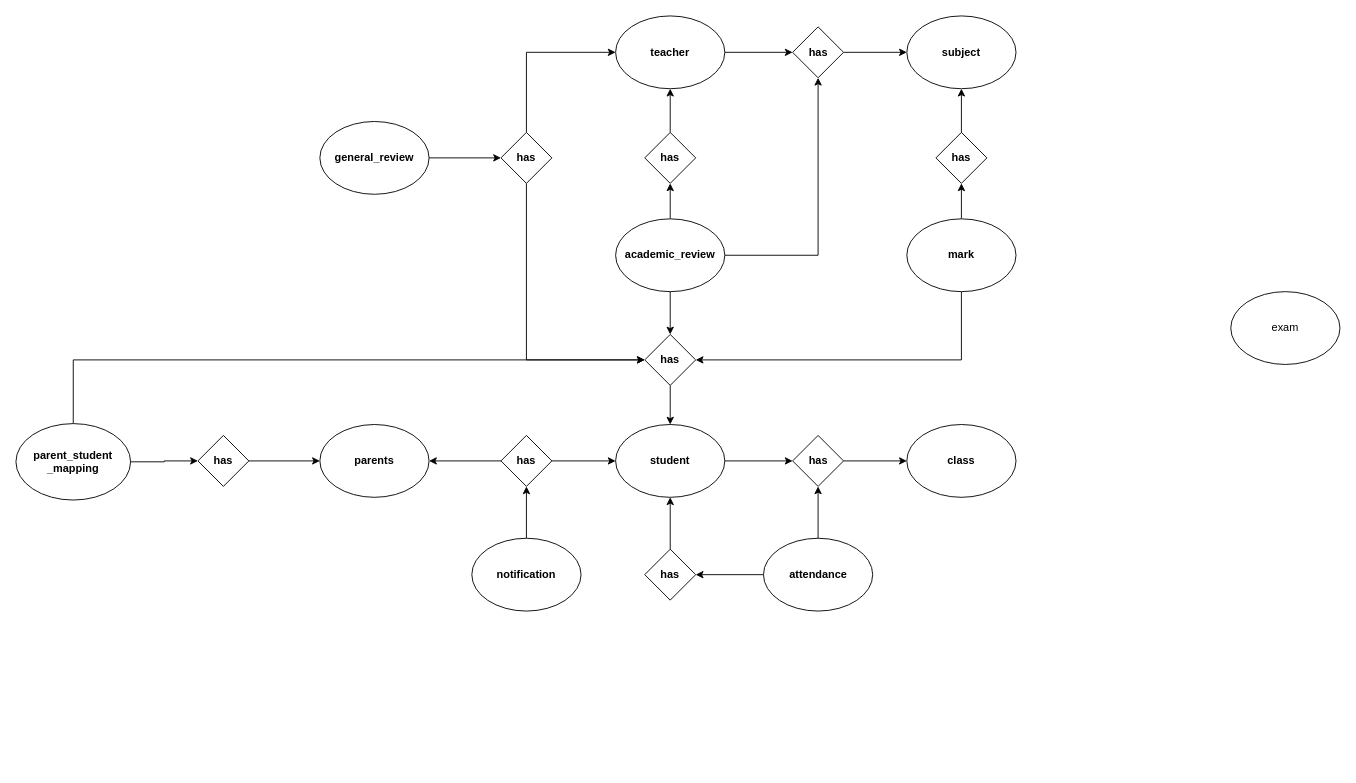
This is draw.io/Edumind - ER Diagram.drawio from decoded-cipher/diagrams.net, a draw.io file, before an edit. Source tidied: cells renumbered, new cells numbered last; positions are measured from the earlier drawing's top-left corner, leaving out a move shared by most shapes. Both pictures are drawn from the tidied source at 91%, with x=0, y=0 at pixel (15, 15).
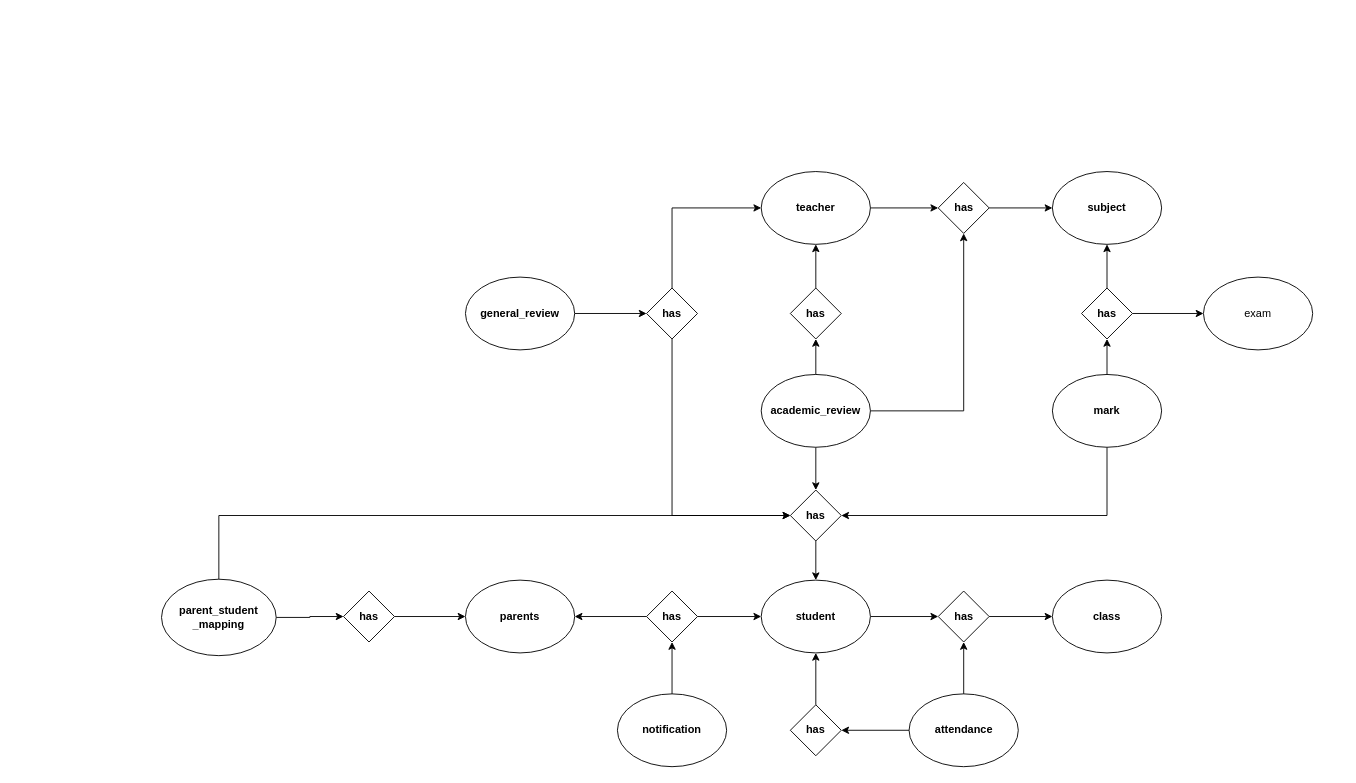
The same diagram, later.

Diff of the diagram source:
```diff
@@
+    <mxCell id="47" style="group;" parent="1" vertex="1">
+      <mxGeometry x="160" y="171" width="1265" height="654" as="geometry" />
+    </mxCell>
-    <mxCell id="2" style="edgeStyle=orthogonalEdgeStyle;rounded=0;jettySize=auto;html=1;exitX=0.5;exitY=0;exitDx=0;exitDy=0;entryX=0.5;entryY=1;entryDx=0;entryDy=0;fontStyle=1;labelBorderColor=none;textShadow=0;fontSize=12;" parent="1" edge="1" source="3" target="8">
+    <mxCell id="2" style="edgeStyle=orthogonalEdgeStyle;rounded=0;jettySize=auto;html=1;exitX=0.5;exitY=0;exitDx=0;exitDy=0;entryX=0.5;entryY=1;entryDx=0;entryDy=0;fontStyle=1;labelBorderColor=none;textShadow=0;fontSize=12;" parent="47" edge="1" source="3" target="8">
       <mxGeometry relative="1" as="geometry" />
     </mxCell>
-    <mxCell id="3" value="has" style="rhombus;whiteSpace=wrap;html=1;fontStyle=1;labelBorderColor=none;textShadow=0;fontSize=12;" parent="1" vertex="1">
+    <mxCell id="3" value="has" style="rhombus;whiteSpace=wrap;html=1;fontStyle=1;labelBorderColor=none;textShadow=0;fontSize=12;" parent="47" vertex="1">
       <mxGeometry x="691" y="128" width="56" height="56" as="geometry" />
     </mxCell>
-    <mxCell id="4" style="edgeStyle=orthogonalEdgeStyle;rounded=0;jettySize=auto;html=1;exitX=1;exitY=0.5;exitDx=0;exitDy=0;entryX=0;entryY=0.5;entryDx=0;entryDy=0;fontStyle=1;labelBorderColor=none;textShadow=0;fontSize=12;" parent="1" edge="1" source="5" target="26">
+    <mxCell id="4" style="edgeStyle=orthogonalEdgeStyle;rounded=0;jettySize=auto;html=1;exitX=1;exitY=0.5;exitDx=0;exitDy=0;entryX=0;entryY=0.5;entryDx=0;entryDy=0;fontStyle=1;labelBorderColor=none;textShadow=0;fontSize=12;" parent="47" edge="1" source="5" target="26">
       <mxGeometry relative="1" as="geometry" />
     </mxCell>
-    <mxCell id="5" value="student" style="ellipse;whiteSpace=wrap;html=1;fontStyle=1;labelBorderColor=none;textShadow=0;fontSize=12;" parent="1" vertex="1">
+    <mxCell id="5" value="student" style="ellipse;whiteSpace=wrap;html=1;fontStyle=1;labelBorderColor=none;textShadow=0;fontSize=12;" parent="47" vertex="1">
       <mxGeometry x="659" y="449" width="120" height="80" as="geometry" />
     </mxCell>
-    <mxCell id="6" value="class" style="ellipse;whiteSpace=wrap;html=1;fontStyle=1;labelBorderColor=none;textShadow=0;fontSize=12;" parent="1" vertex="1">
+    <mxCell id="6" value="class" style="ellipse;whiteSpace=wrap;html=1;fontStyle=1;labelBorderColor=none;textShadow=0;fontSize=12;" parent="47" vertex="1">
       <mxGeometry x="979" y="449" width="120" height="80" as="geometry" />
     </mxCell>
-    <mxCell id="7" style="edgeStyle=orthogonalEdgeStyle;rounded=0;jettySize=auto;html=1;exitX=1;exitY=0.5;exitDx=0;exitDy=0;entryX=0;entryY=0.5;entryDx=0;entryDy=0;fontStyle=1;labelBorderColor=none;textShadow=0;fontSize=12;" parent="1" edge="1" source="8" target="22">
+    <mxCell id="7" style="edgeStyle=orthogonalEdgeStyle;rounded=0;jettySize=auto;html=1;exitX=1;exitY=0.5;exitDx=0;exitDy=0;entryX=0;entryY=0.5;entryDx=0;entryDy=0;fontStyle=1;labelBorderColor=none;textShadow=0;fontSize=12;" parent="47" edge="1" source="8" target="22">
       <mxGeometry relative="1" as="geometry" />
     </mxCell>
-    <mxCell id="8" value="teacher" style="ellipse;whiteSpace=wrap;html=1;fontStyle=1;labelBorderColor=none;textShadow=0;fontSize=12;" parent="1" vertex="1">
+    <mxCell id="8" value="teacher" style="ellipse;whiteSpace=wrap;html=1;fontStyle=1;labelBorderColor=none;textShadow=0;fontSize=12;" parent="47" vertex="1">
       <mxGeometry x="659" width="120" height="80" as="geometry" />
     </mxCell>
-    <mxCell id="9" value="subject" style="ellipse;whiteSpace=wrap;html=1;fontStyle=1;labelBorderColor=none;textShadow=0;fontSize=12;" parent="1" vertex="1">
+    <mxCell id="9" value="subject" style="ellipse;whiteSpace=wrap;html=1;fontStyle=1;labelBorderColor=none;textShadow=0;fontSize=12;" parent="47" vertex="1">
       <mxGeometry x="979" width="120" height="80" as="geometry" />
     </mxCell>
-    <mxCell id="10" style="edgeStyle=orthogonalEdgeStyle;rounded=0;jettySize=auto;html=1;exitX=0.5;exitY=0;exitDx=0;exitDy=0;entryX=0.5;entryY=1;entryDx=0;entryDy=0;fontStyle=1;labelBorderColor=none;textShadow=0;fontSize=12;" parent="1" edge="1" source="12" target="20">
+    <mxCell id="10" style="edgeStyle=orthogonalEdgeStyle;rounded=0;jettySize=auto;html=1;exitX=0.5;exitY=0;exitDx=0;exitDy=0;entryX=0.5;entryY=1;entryDx=0;entryDy=0;fontStyle=1;labelBorderColor=none;textShadow=0;fontSize=12;" parent="47" edge="1" source="12" target="20">
       <mxGeometry relative="1" as="geometry" />
     </mxCell>
-    <mxCell id="11" style="edgeStyle=orthogonalEdgeStyle;rounded=0;jettySize=auto;html=1;exitX=0.5;exitY=1;exitDx=0;exitDy=0;entryX=1;entryY=0.5;entryDx=0;entryDy=0;fontStyle=1;labelBorderColor=none;textShadow=0;fontSize=12;" parent="1" edge="1" source="12" target="24">
+    <mxCell id="11" style="edgeStyle=orthogonalEdgeStyle;rounded=0;jettySize=auto;html=1;exitX=0.5;exitY=1;exitDx=0;exitDy=0;entryX=1;entryY=0.5;entryDx=0;entryDy=0;fontStyle=1;labelBorderColor=none;textShadow=0;fontSize=12;" parent="47" edge="1" source="12" target="24">
       <mxGeometry relative="1" as="geometry" />
     </mxCell>
-    <mxCell id="12" value="mark" style="ellipse;whiteSpace=wrap;html=1;fontStyle=1;labelBorderColor=none;textShadow=0;fontSize=12;" parent="1" vertex="1">
+    <mxCell id="12" value="mark" style="ellipse;whiteSpace=wrap;html=1;fontStyle=1;labelBorderColor=none;textShadow=0;fontSize=12;" parent="47" vertex="1">
       <mxGeometry x="979" y="223" width="120" height="80" as="geometry" />
     </mxCell>
-    <mxCell id="13" style="edgeStyle=orthogonalEdgeStyle;rounded=0;jettySize=auto;html=1;exitX=0.5;exitY=0;exitDx=0;exitDy=0;entryX=0.5;entryY=1;entryDx=0;entryDy=0;fontStyle=1;labelBorderColor=none;textShadow=0;fontSize=12;" parent="1" edge="1" source="16" target="3">
+    <mxCell id="13" style="edgeStyle=orthogonalEdgeStyle;rounded=0;jettySize=auto;html=1;exitX=0.5;exitY=0;exitDx=0;exitDy=0;entryX=0.5;entryY=1;entryDx=0;entryDy=0;fontStyle=1;labelBorderColor=none;textShadow=0;fontSize=12;" parent="47" edge="1" source="16" target="3">
       <mxGeometry relative="1" as="geometry" />
     </mxCell>
-    <mxCell id="14" style="edgeStyle=orthogonalEdgeStyle;rounded=0;jettySize=auto;html=1;exitX=0.5;exitY=1;exitDx=0;exitDy=0;entryX=0.5;entryY=0;entryDx=0;entryDy=0;fontStyle=1;labelBorderColor=none;textShadow=0;fontSize=12;" parent="1" edge="1" source="16" target="24">
+    <mxCell id="14" style="edgeStyle=orthogonalEdgeStyle;rounded=0;jettySize=auto;html=1;exitX=0.5;exitY=1;exitDx=0;exitDy=0;entryX=0.5;entryY=0;entryDx=0;entryDy=0;fontStyle=1;labelBorderColor=none;textShadow=0;fontSize=12;" parent="47" edge="1" source="16" target="24">
       <mxGeometry relative="1" as="geometry" />
     </mxCell>
-    <mxCell id="15" style="edgeStyle=orthogonalEdgeStyle;rounded=0;jettySize=auto;html=1;exitX=1;exitY=0.5;exitDx=0;exitDy=0;entryX=0.5;entryY=1;entryDx=0;entryDy=0;fontStyle=1;labelBorderColor=none;textShadow=0;fontSize=12;" parent="1" edge="1" source="16" target="22">
+    <mxCell id="15" style="edgeStyle=orthogonalEdgeStyle;rounded=0;jettySize=auto;html=1;exitX=1;exitY=0.5;exitDx=0;exitDy=0;entryX=0.5;entryY=1;entryDx=0;entryDy=0;fontStyle=1;labelBorderColor=none;textShadow=0;fontSize=12;" parent="47" edge="1" source="16" target="22">
       <mxGeometry relative="1" as="geometry" />
     </mxCell>
-    <mxCell id="16" value="academic_review" style="ellipse;whiteSpace=wrap;html=1;fontStyle=1;labelBorderColor=none;textShadow=0;fontSize=12;" parent="1" vertex="1">
+    <mxCell id="16" value="academic_review" style="ellipse;whiteSpace=wrap;html=1;fontStyle=1;labelBorderColor=none;textShadow=0;fontSize=12;" parent="47" vertex="1">
       <mxGeometry x="659" y="223" width="120" height="80" as="geometry" />
     </mxCell>
-    <mxCell id="17" style="edgeStyle=orthogonalEdgeStyle;rounded=0;jettySize=auto;html=1;exitX=1;exitY=0.5;exitDx=0;exitDy=0;entryX=0;entryY=0.5;entryDx=0;entryDy=0;fontStyle=1;labelBorderColor=none;textShadow=0;fontSize=12;" parent="1" edge="1" source="18" target="45">
+    <mxCell id="17" style="edgeStyle=orthogonalEdgeStyle;rounded=0;jettySize=auto;html=1;exitX=1;exitY=0.5;exitDx=0;exitDy=0;entryX=0;entryY=0.5;entryDx=0;entryDy=0;fontStyle=1;labelBorderColor=none;textShadow=0;fontSize=12;" parent="47" edge="1" source="18" target="45">
       <mxGeometry relative="1" as="geometry" />
     </mxCell>
-    <mxCell id="18" value="general_review" style="ellipse;whiteSpace=wrap;html=1;fontStyle=1;labelBorderColor=none;textShadow=0;fontSize=12;" parent="1" vertex="1">
+    <mxCell id="18" value="general_review" style="ellipse;whiteSpace=wrap;html=1;fontStyle=1;labelBorderColor=none;textShadow=0;fontSize=12;" parent="47" vertex="1">
       <mxGeometry x="334" y="116" width="120" height="80" as="geometry" />
     </mxCell>
-    <mxCell id="19" style="edgeStyle=orthogonalEdgeStyle;rounded=0;jettySize=auto;html=1;exitX=0.5;exitY=0;exitDx=0;exitDy=0;entryX=0.5;entryY=1;entryDx=0;entryDy=0;fontStyle=1;labelBorderColor=none;textShadow=0;fontSize=12;" parent="1" edge="1" source="20" target="9">
+    <mxCell id="19" style="edgeStyle=orthogonalEdgeStyle;rounded=0;jettySize=auto;html=1;exitX=0.5;exitY=0;exitDx=0;exitDy=0;entryX=0.5;entryY=1;entryDx=0;entryDy=0;fontStyle=1;labelBorderColor=none;textShadow=0;fontSize=12;" parent="47" edge="1" source="20" target="9">
       <mxGeometry relative="1" as="geometry" />
     </mxCell>
+    <mxCell id="48" style="edgeStyle=orthogonalEdgeStyle;rounded=0;jettySize=auto;html=1;exitX=1;exitY=0.5;exitDx=0;exitDy=0;entryX=0;entryY=0.5;entryDx=0;entryDy=0;" parent="47" edge="1" source="20" target="46">
+      <mxGeometry relative="1" as="geometry" />
+    </mxCell>
-    <mxCell id="20" value="has" style="rhombus;whiteSpace=wrap;html=1;fontStyle=1;labelBorderColor=none;textShadow=0;fontSize=12;" parent="1" vertex="1">
+    <mxCell id="20" value="has" style="rhombus;whiteSpace=wrap;html=1;fontStyle=1;labelBorderColor=none;textShadow=0;fontSize=12;" parent="47" vertex="1">
       <mxGeometry x="1011" y="128" width="56" height="56" as="geometry" />
     </mxCell>
-    <mxCell id="21" style="edgeStyle=orthogonalEdgeStyle;rounded=0;jettySize=auto;html=1;exitX=1;exitY=0.5;exitDx=0;exitDy=0;entryX=0;entryY=0.5;entryDx=0;entryDy=0;fontStyle=1;labelBorderColor=none;textShadow=0;fontSize=12;" parent="1" edge="1" source="22" target="9">
+    <mxCell id="21" style="edgeStyle=orthogonalEdgeStyle;rounded=0;jettySize=auto;html=1;exitX=1;exitY=0.5;exitDx=0;exitDy=0;entryX=0;entryY=0.5;entryDx=0;entryDy=0;fontStyle=1;labelBorderColor=none;textShadow=0;fontSize=12;" parent="47" edge="1" source="22" target="9">
       <mxGeometry relative="1" as="geometry" />
     </mxCell>
-    <mxCell id="22" value="has" style="rhombus;whiteSpace=wrap;html=1;fontStyle=1;labelBorderColor=none;textShadow=0;fontSize=12;" parent="1" vertex="1">
+    <mxCell id="22" value="has" style="rhombus;whiteSpace=wrap;html=1;fontStyle=1;labelBorderColor=none;textShadow=0;fontSize=12;" parent="47" vertex="1">
       <mxGeometry x="853.5" y="12" width="56" height="56" as="geometry" />
     </mxCell>
-    <mxCell id="23" style="edgeStyle=orthogonalEdgeStyle;rounded=0;jettySize=auto;html=1;exitX=0.5;exitY=1;exitDx=0;exitDy=0;entryX=0.5;entryY=0;entryDx=0;entryDy=0;fontStyle=1;labelBorderColor=none;textShadow=0;fontSize=12;" parent="1" edge="1" source="24" target="5">
+    <mxCell id="23" style="edgeStyle=orthogonalEdgeStyle;rounded=0;jettySize=auto;html=1;exitX=0.5;exitY=1;exitDx=0;exitDy=0;entryX=0.5;entryY=0;entryDx=0;entryDy=0;fontStyle=1;labelBorderColor=none;textShadow=0;fontSize=12;" parent="47" edge="1" source="24" target="5">
       <mxGeometry relative="1" as="geometry" />
     </mxCell>
-    <mxCell id="24" value="has" style="rhombus;whiteSpace=wrap;html=1;fontStyle=1;labelBorderColor=none;textShadow=0;fontSize=12;" parent="1" vertex="1">
+    <mxCell id="24" value="has" style="rhombus;whiteSpace=wrap;html=1;fontStyle=1;labelBorderColor=none;textShadow=0;fontSize=12;" parent="47" vertex="1">
       <mxGeometry x="691" y="350" width="56" height="56" as="geometry" />
     </mxCell>
-    <mxCell id="25" style="edgeStyle=orthogonalEdgeStyle;rounded=0;jettySize=auto;html=1;exitX=1;exitY=0.5;exitDx=0;exitDy=0;entryX=0;entryY=0.5;entryDx=0;entryDy=0;fontStyle=1;labelBorderColor=none;textShadow=0;fontSize=12;" parent="1" edge="1" source="26" target="6">
+    <mxCell id="25" style="edgeStyle=orthogonalEdgeStyle;rounded=0;jettySize=auto;html=1;exitX=1;exitY=0.5;exitDx=0;exitDy=0;entryX=0;entryY=0.5;entryDx=0;entryDy=0;fontStyle=1;labelBorderColor=none;textShadow=0;fontSize=12;" parent="47" edge="1" source="26" target="6">
       <mxGeometry relative="1" as="geometry" />
     </mxCell>
-    <mxCell id="26" value="has" style="rhombus;whiteSpace=wrap;html=1;fontStyle=1;labelBorderColor=none;textShadow=0;fontSize=12;" parent="1" vertex="1">
+    <mxCell id="26" value="has" style="rhombus;whiteSpace=wrap;html=1;fontStyle=1;labelBorderColor=none;textShadow=0;fontSize=12;" parent="47" vertex="1">
       <mxGeometry x="853.5" y="461" width="56" height="56" as="geometry" />
     </mxCell>
-    <mxCell id="27" style="edgeStyle=orthogonalEdgeStyle;rounded=0;jettySize=auto;html=1;entryX=0.5;entryY=1;entryDx=0;entryDy=0;fontStyle=1;labelBorderColor=none;textShadow=0;fontSize=12;" parent="1" edge="1" source="29" target="26">
+    <mxCell id="27" style="edgeStyle=orthogonalEdgeStyle;rounded=0;jettySize=auto;html=1;entryX=0.5;entryY=1;entryDx=0;entryDy=0;fontStyle=1;labelBorderColor=none;textShadow=0;fontSize=12;" parent="47" edge="1" source="29" target="26">
       <mxGeometry relative="1" as="geometry" />
     </mxCell>
-    <mxCell id="28" style="edgeStyle=orthogonalEdgeStyle;rounded=0;jettySize=auto;html=1;exitX=0;exitY=0.5;exitDx=0;exitDy=0;entryX=1;entryY=0.5;entryDx=0;entryDy=0;fontStyle=1;labelBorderColor=none;textShadow=0;fontSize=12;" parent="1" edge="1" source="29" target="42">
+    <mxCell id="28" style="edgeStyle=orthogonalEdgeStyle;rounded=0;jettySize=auto;html=1;exitX=0;exitY=0.5;exitDx=0;exitDy=0;entryX=1;entryY=0.5;entryDx=0;entryDy=0;fontStyle=1;labelBorderColor=none;textShadow=0;fontSize=12;" parent="47" edge="1" source="29" target="42">
       <mxGeometry relative="1" as="geometry" />
     </mxCell>
-    <mxCell id="29" value="attendance" style="ellipse;whiteSpace=wrap;html=1;fontStyle=1;labelBorderColor=none;textShadow=0;fontSize=12;" parent="1" vertex="1">
+    <mxCell id="29" value="attendance" style="ellipse;whiteSpace=wrap;html=1;fontStyle=1;labelBorderColor=none;textShadow=0;fontSize=12;" parent="47" vertex="1">
       <mxGeometry x="821.5" y="574" width="120" height="80" as="geometry" />
     </mxCell>
-    <mxCell id="30" value="parents" style="ellipse;whiteSpace=wrap;html=1;fontStyle=1;labelBorderColor=none;textShadow=0;fontSize=12;" parent="1" vertex="1">
+    <mxCell id="30" value="parents" style="ellipse;whiteSpace=wrap;html=1;fontStyle=1;labelBorderColor=none;textShadow=0;fontSize=12;" parent="47" vertex="1">
       <mxGeometry x="334" y="449" width="120" height="80" as="geometry" />
     </mxCell>
-    <mxCell id="31" style="edgeStyle=orthogonalEdgeStyle;rounded=0;jettySize=auto;html=1;exitX=0.5;exitY=0;exitDx=0;exitDy=0;entryX=0;entryY=0.5;entryDx=0;entryDy=0;fontStyle=1;labelBorderColor=none;textShadow=0;fontSize=12;" parent="1" edge="1" source="33" target="24">
+    <mxCell id="31" style="edgeStyle=orthogonalEdgeStyle;rounded=0;jettySize=auto;html=1;exitX=0.5;exitY=0;exitDx=0;exitDy=0;entryX=0;entryY=0.5;entryDx=0;entryDy=0;fontStyle=1;labelBorderColor=none;textShadow=0;fontSize=12;" parent="47" edge="1" source="33" target="24">
       <mxGeometry relative="1" as="geometry" />
     </mxCell>
-    <mxCell id="32" style="edgeStyle=orthogonalEdgeStyle;rounded=0;jettySize=auto;html=1;exitX=1;exitY=0.5;exitDx=0;exitDy=0;entryX=0;entryY=0.5;entryDx=0;entryDy=0;fontStyle=1;labelBorderColor=none;textShadow=0;fontSize=12;" parent="1" edge="1" source="33" target="37">
+    <mxCell id="32" style="edgeStyle=orthogonalEdgeStyle;rounded=0;jettySize=auto;html=1;exitX=1;exitY=0.5;exitDx=0;exitDy=0;entryX=0;entryY=0.5;entryDx=0;entryDy=0;fontStyle=1;labelBorderColor=none;textShadow=0;fontSize=12;" parent="47" edge="1" source="33" target="37">
       <mxGeometry relative="1" as="geometry" />
     </mxCell>
-    <mxCell id="33" value="parent_student&lt;br style=&quot;font-size: 12px;&quot;&gt;_mapping" style="ellipse;whiteSpace=wrap;html=1;fontStyle=1;labelBorderColor=none;textShadow=0;fontSize=12;" parent="1" vertex="1">
+    <mxCell id="33" value="parent_student&lt;br style=&quot;font-size: 12px;&quot;&gt;_mapping" style="ellipse;whiteSpace=wrap;html=1;fontStyle=1;labelBorderColor=none;textShadow=0;fontSize=12;" parent="47" vertex="1">
       <mxGeometry y="448" width="126" height="84" as="geometry" />
     </mxCell>
-    <mxCell id="34" style="edgeStyle=orthogonalEdgeStyle;rounded=0;jettySize=auto;html=1;exitX=0.5;exitY=0;exitDx=0;exitDy=0;entryX=0.5;entryY=1;entryDx=0;entryDy=0;fontStyle=1;labelBorderColor=none;textShadow=0;fontSize=12;" parent="1" edge="1" source="35" target="40">
+    <mxCell id="34" style="edgeStyle=orthogonalEdgeStyle;rounded=0;jettySize=auto;html=1;exitX=0.5;exitY=0;exitDx=0;exitDy=0;entryX=0.5;entryY=1;entryDx=0;entryDy=0;fontStyle=1;labelBorderColor=none;textShadow=0;fontSize=12;" parent="47" edge="1" source="35" target="40">
       <mxGeometry relative="1" as="geometry" />
     </mxCell>
-    <mxCell id="35" value="notification" style="ellipse;whiteSpace=wrap;html=1;fontStyle=1;labelBorderColor=none;textShadow=0;fontSize=12;" parent="1" vertex="1">
+    <mxCell id="35" value="notification" style="ellipse;whiteSpace=wrap;html=1;fontStyle=1;labelBorderColor=none;textShadow=0;fontSize=12;" parent="47" vertex="1">
       <mxGeometry x="501" y="574" width="120" height="80" as="geometry" />
     </mxCell>
-    <mxCell id="36" style="edgeStyle=orthogonalEdgeStyle;rounded=0;jettySize=auto;html=1;exitX=1;exitY=0.5;exitDx=0;exitDy=0;entryX=0;entryY=0.5;entryDx=0;entryDy=0;fontStyle=1;labelBorderColor=none;textShadow=0;fontSize=12;" parent="1" edge="1" source="37" target="30">
+    <mxCell id="36" style="edgeStyle=orthogonalEdgeStyle;rounded=0;jettySize=auto;html=1;exitX=1;exitY=0.5;exitDx=0;exitDy=0;entryX=0;entryY=0.5;entryDx=0;entryDy=0;fontStyle=1;labelBorderColor=none;textShadow=0;fontSize=12;" parent="47" edge="1" source="37" target="30">
       <mxGeometry relative="1" as="geometry" />
     </mxCell>
-    <mxCell id="37" value="has" style="rhombus;whiteSpace=wrap;html=1;fontStyle=1;labelBorderColor=none;textShadow=0;fontSize=12;" parent="1" vertex="1">
+    <mxCell id="37" value="has" style="rhombus;whiteSpace=wrap;html=1;fontStyle=1;labelBorderColor=none;textShadow=0;fontSize=12;" parent="47" vertex="1">
       <mxGeometry x="200" y="461" width="56" height="56" as="geometry" />
     </mxCell>
-    <mxCell id="38" style="edgeStyle=orthogonalEdgeStyle;rounded=0;jettySize=auto;html=1;exitX=0;exitY=0.5;exitDx=0;exitDy=0;entryX=1;entryY=0.5;entryDx=0;entryDy=0;fontStyle=1;labelBorderColor=none;textShadow=0;fontSize=12;" parent="1" edge="1" source="40" target="30">
+    <mxCell id="38" style="edgeStyle=orthogonalEdgeStyle;rounded=0;jettySize=auto;html=1;exitX=0;exitY=0.5;exitDx=0;exitDy=0;entryX=1;entryY=0.5;entryDx=0;entryDy=0;fontStyle=1;labelBorderColor=none;textShadow=0;fontSize=12;" parent="47" edge="1" source="40" target="30">
       <mxGeometry relative="1" as="geometry" />
     </mxCell>
-    <mxCell id="39" style="edgeStyle=orthogonalEdgeStyle;rounded=0;jettySize=auto;html=1;exitX=1;exitY=0.5;exitDx=0;exitDy=0;entryX=0;entryY=0.5;entryDx=0;entryDy=0;fontStyle=1;labelBorderColor=none;textShadow=0;fontSize=12;" parent="1" edge="1" source="40" target="5">
+    <mxCell id="39" style="edgeStyle=orthogonalEdgeStyle;rounded=0;jettySize=auto;html=1;exitX=1;exitY=0.5;exitDx=0;exitDy=0;entryX=0;entryY=0.5;entryDx=0;entryDy=0;fontStyle=1;labelBorderColor=none;textShadow=0;fontSize=12;" parent="47" edge="1" source="40" target="5">
       <mxGeometry relative="1" as="geometry" />
     </mxCell>
-    <mxCell id="40" value="has" style="rhombus;whiteSpace=wrap;html=1;fontStyle=1;labelBorderColor=none;textShadow=0;fontSize=12;" parent="1" vertex="1">
+    <mxCell id="40" value="has" style="rhombus;whiteSpace=wrap;html=1;fontStyle=1;labelBorderColor=none;textShadow=0;fontSize=12;" parent="47" vertex="1">
       <mxGeometry x="533" y="461" width="56" height="56" as="geometry" />
     </mxCell>
-    <mxCell id="41" style="edgeStyle=orthogonalEdgeStyle;rounded=0;jettySize=auto;html=1;exitX=0.5;exitY=0;exitDx=0;exitDy=0;entryX=0.5;entryY=1;entryDx=0;entryDy=0;fontStyle=1;labelBorderColor=none;textShadow=0;fontSize=12;" parent="1" edge="1" source="42" target="5">
+    <mxCell id="41" style="edgeStyle=orthogonalEdgeStyle;rounded=0;jettySize=auto;html=1;exitX=0.5;exitY=0;exitDx=0;exitDy=0;entryX=0.5;entryY=1;entryDx=0;entryDy=0;fontStyle=1;labelBorderColor=none;textShadow=0;fontSize=12;" parent="47" edge="1" source="42" target="5">
       <mxGeometry relative="1" as="geometry" />
     </mxCell>
-    <mxCell id="42" value="has" style="rhombus;whiteSpace=wrap;html=1;fontStyle=1;labelBorderColor=none;textShadow=0;fontSize=12;" parent="1" vertex="1">
+    <mxCell id="42" value="has" style="rhombus;whiteSpace=wrap;html=1;fontStyle=1;labelBorderColor=none;textShadow=0;fontSize=12;" parent="47" vertex="1">
       <mxGeometry x="691" y="586" width="56" height="56" as="geometry" />
     </mxCell>
-    <mxCell id="43" style="edgeStyle=orthogonalEdgeStyle;rounded=0;jettySize=auto;html=1;exitX=0.5;exitY=1;exitDx=0;exitDy=0;entryX=0;entryY=0.5;entryDx=0;entryDy=0;fontStyle=1;labelBorderColor=none;textShadow=0;fontSize=12;" parent="1" edge="1" source="45" target="24">
+    <mxCell id="43" style="edgeStyle=orthogonalEdgeStyle;rounded=0;jettySize=auto;html=1;exitX=0.5;exitY=1;exitDx=0;exitDy=0;entryX=0;entryY=0.5;entryDx=0;entryDy=0;fontStyle=1;labelBorderColor=none;textShadow=0;fontSize=12;" parent="47" edge="1" source="45" target="24">
       <mxGeometry relative="1" as="geometry" />
     </mxCell>
-    <mxCell id="44" style="edgeStyle=orthogonalEdgeStyle;rounded=0;jettySize=auto;html=1;exitX=0.5;exitY=0;exitDx=0;exitDy=0;entryX=0;entryY=0.5;entryDx=0;entryDy=0;fontStyle=1;labelBorderColor=none;textShadow=0;fontSize=12;" parent="1" edge="1" source="45" target="8">
+    <mxCell id="44" style="edgeStyle=orthogonalEdgeStyle;rounded=0;jettySize=auto;html=1;exitX=0.5;exitY=0;exitDx=0;exitDy=0;entryX=0;entryY=0.5;entryDx=0;entryDy=0;fontStyle=1;labelBorderColor=none;textShadow=0;fontSize=12;" parent="47" edge="1" source="45" target="8">
       <mxGeometry relative="1" as="geometry" />
     </mxCell>
-    <mxCell id="45" value="has" style="rhombus;whiteSpace=wrap;html=1;fontStyle=1;labelBorderColor=none;textShadow=0;fontSize=12;" parent="1" vertex="1">
+    <mxCell id="45" value="has" style="rhombus;whiteSpace=wrap;html=1;fontStyle=1;labelBorderColor=none;textShadow=0;fontSize=12;" parent="47" vertex="1">
       <mxGeometry x="533" y="128" width="56" height="56" as="geometry" />
     </mxCell>
-    <mxCell id="46" value="exam" style="ellipse;whiteSpace=wrap;html=1;" parent="1" vertex="1">
-      <mxGeometry x="1335" y="303" width="120" height="80" as="geometry" />
+    <mxCell id="46" value="exam" style="ellipse;whiteSpace=wrap;html=1;" parent="47" vertex="1">
+      <mxGeometry x="1145" y="116" width="120" height="80" as="geometry" />
     </mxCell>
```
